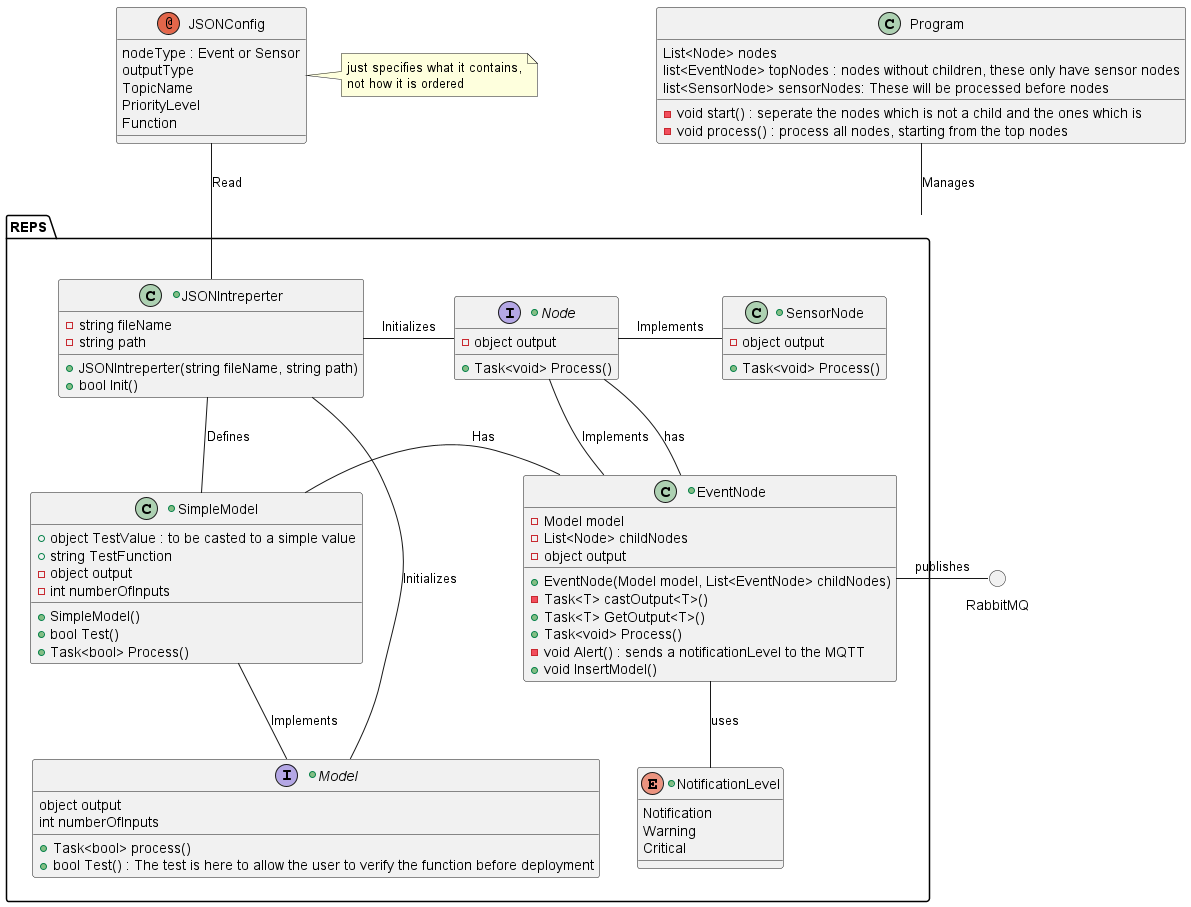
SSpedsbjerg/Master-Thesis keeps this PlantUML diagram as out/PUML Files/DesignAnalysisDiagram/DesignAnalysisDiagram.png. Above is the earlier version. The source it was exported from:
```plantuml
@startuml

annotation JSONConfig{
    nodeType : Event or Sensor
    outputType
    TopicName
    PriorityLevel
    Function
}

note right of JSONConfig : just specifies what it contains,\nnot how it is ordered

circle RabbitMQ

class Program{
    List<Node> nodes
    list<EventNode> topNodes : nodes without children, these only have sensor nodes
    list<SensorNode> sensorNodes: These will be processed before nodes
    - void start() : seperate the nodes which is not a child and the ones which is
    - void process() : process all nodes, starting from the top nodes
}

package REPS {
    +enum NotificationLevel {
        Notification
        Warning
        Critical
    }

    +interface Node {
        - object output
        + Task<void> Process()
    }

    +class SensorNode {
        - object output
        + Task<void> Process()
    }

    +class EventNode {
        - Model model
        - List<Node> childNodes
        - object output

        + EventNode(Model model, List<EventNode> childNodes)
        - Task<T> castOutput<T>()
        + Task<T> GetOutput<T>()
        + Task<void> Process()
        - void Alert() : sends a notificationLevel to the MQTT
        + void InsertModel()
    }

    +class JSONIntreperter{
        - string fileName
        - string path

        + JSONIntreperter(string fileName, string path)
        + bool Init()
    }

    +interface Model{
        + Task<bool> process()
        object output
        int numberOfInputs
        + bool Test() : The test is here to allow the user to verify the function before deployment
    }

    +class SimpleModel{
        + object TestValue : to be casted to a simple value
        + string TestFunction
        - object output
        - int numberOfInputs
        + SimpleModel()
        + bool Test()
        + Task<bool> Process()
    }
}



SensorNode -left- Node : Implements
EventNode -up- Node : Implements
JSONIntreperter -right- Node : Initializes
JSONIntreperter -down- Model : Initializes
SimpleModel -- Model : Implements
EventNode -- NotificationLevel : uses
JSONIntreperter -- SimpleModel : Defines
EventNode -left- SimpleModel : Has
EventNode -up- Node : has

Program -- REPS : Manages
JSONConfig -down- JSONIntreperter : Read
EventNode -right- RabbitMQ : publishes

@enduml
```
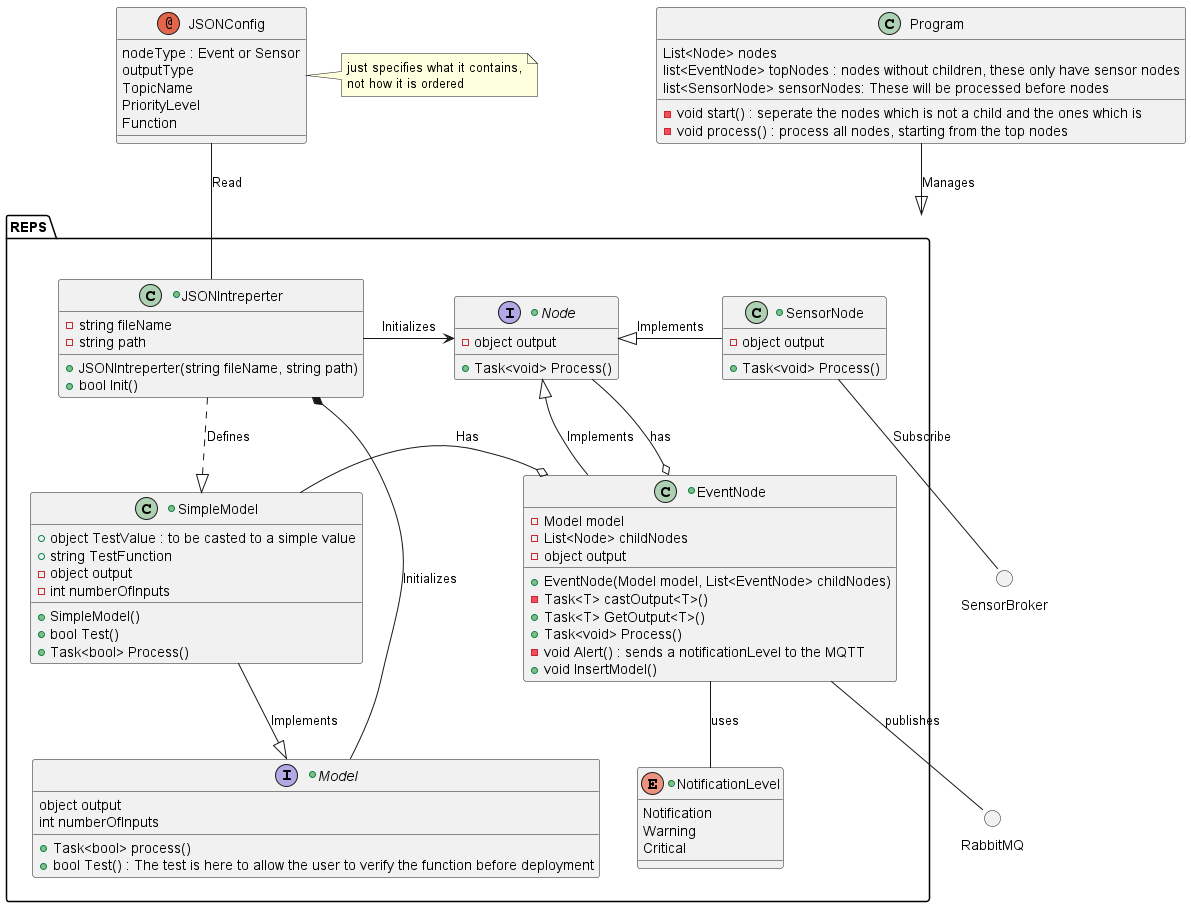
After the change.

The edit, as a diff of the source:
```diff
@@ -11,6 +11,7 @@
 note right of JSONConfig : just specifies what it contains,\nnot how it is ordered
 
 circle RabbitMQ
+circle SensorBroker
 
 class Program{
     List<Node> nodes
@@ -78,18 +79,19 @@
 
 
 
-SensorNode -left- Node : Implements
-EventNode -up- Node : Implements
-JSONIntreperter -right- Node : Initializes
-JSONIntreperter -down- Model : Initializes
-SimpleModel -- Model : Implements
+SensorNode -left-|> Node : Implements
+EventNode -up-|> Node : Implements
+JSONIntreperter -right-> Node : Initializes
+JSONIntreperter *-down- Model : Initializes
+SimpleModel --|> Model : Implements
 EventNode -- NotificationLevel : uses
-JSONIntreperter -- SimpleModel : Defines
-EventNode -left- SimpleModel : Has
-EventNode -up- Node : has
+JSONIntreperter ..|> SimpleModel : Defines
+EventNode o-left- SimpleModel : Has
+EventNode o-up- Node : has
 
-Program -- REPS : Manages
+Program --|> REPS : Manages
 JSONConfig -down- JSONIntreperter : Read
-EventNode -right- RabbitMQ : publishes
+EventNode -- RabbitMQ : publishes
+SensorNode -- SensorBroker : Subscribe
 
 @enduml
```
